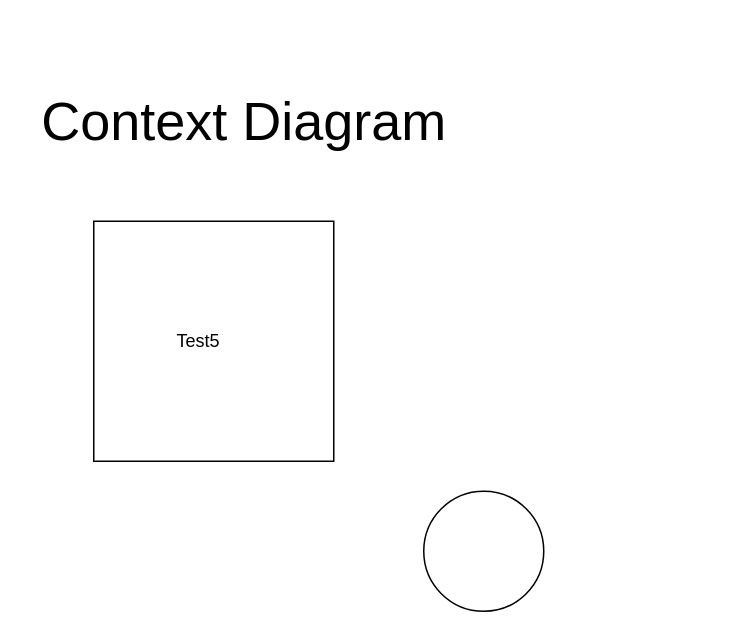
Above: diagrams/contextdiagram.drawio in martintara/kaffeknekt (draw.io), before the change. Source tidied: cells renumbered, new cells numbered last; positions are measured from the earlier drawing's top-left corner, leaving out a move shared by most shapes. Both pictures are drawn from the tidied source at 150%, with x=0, y=0 at pixel (26, 75).
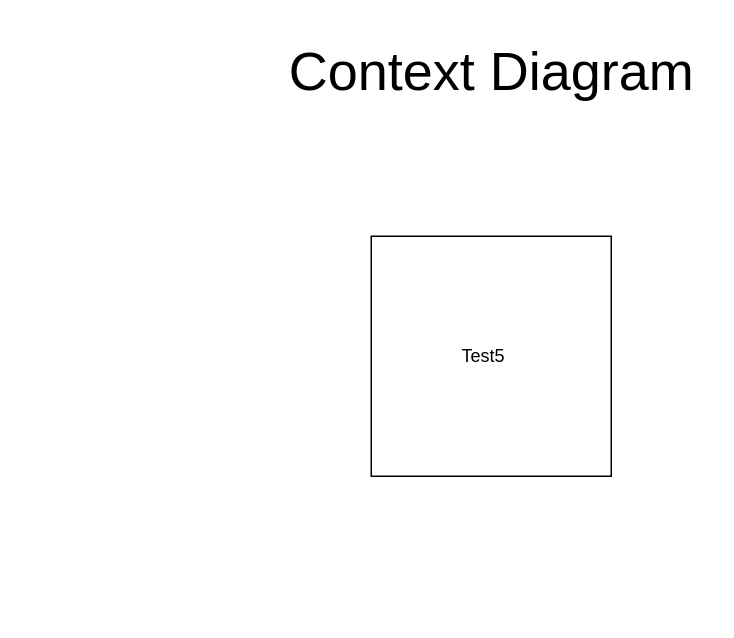
Above is the later version.

The edit, as a diff of the source:
```diff
@@
 <mxGraphModel>
   <root>
     <mxCell id="0" />
     <mxCell id="1" parent="0" />
     <mxCell id="2" style="whiteSpace=wrap;html=1;" parent="1" vertex="1">
-      <mxGeometry x="45" y="97" width="160" height="160" as="geometry" />
+      <mxGeometry x="230" y="107" width="160" height="160" as="geometry" />
     </mxCell>
     <mxCell id="3" value="Test5" style="text;html=1;align=center;verticalAlign=middle;whiteSpace=wrap;rounded=0;" parent="1" vertex="1">
-      <mxGeometry x="85" y="162" width="60" height="30" as="geometry" />
+      <mxGeometry x="275" y="172" width="60" height="30" as="geometry" />
     </mxCell>
     <mxCell id="4" value="&lt;font style=&quot;font-size: 36px;&quot;&gt;Context Diagram&lt;/font&gt;" style="text;html=1;align=center;verticalAlign=middle;strokeColor=none;fillColor=none;" parent="1" vertex="1">
-      <mxGeometry width="290" height="60" as="geometry" />
+      <mxGeometry x="165" y="-33" width="290" height="60" as="geometry" />
     </mxCell>
-    <mxCell id="5" style="ellipse;whiteSpace=wrap;html=1;" parent="1" vertex="1">
-      <mxGeometry x="265" y="277" width="80" height="80" as="geometry" />
-    </mxCell>
   </root>
 </mxGraphModel>
```
